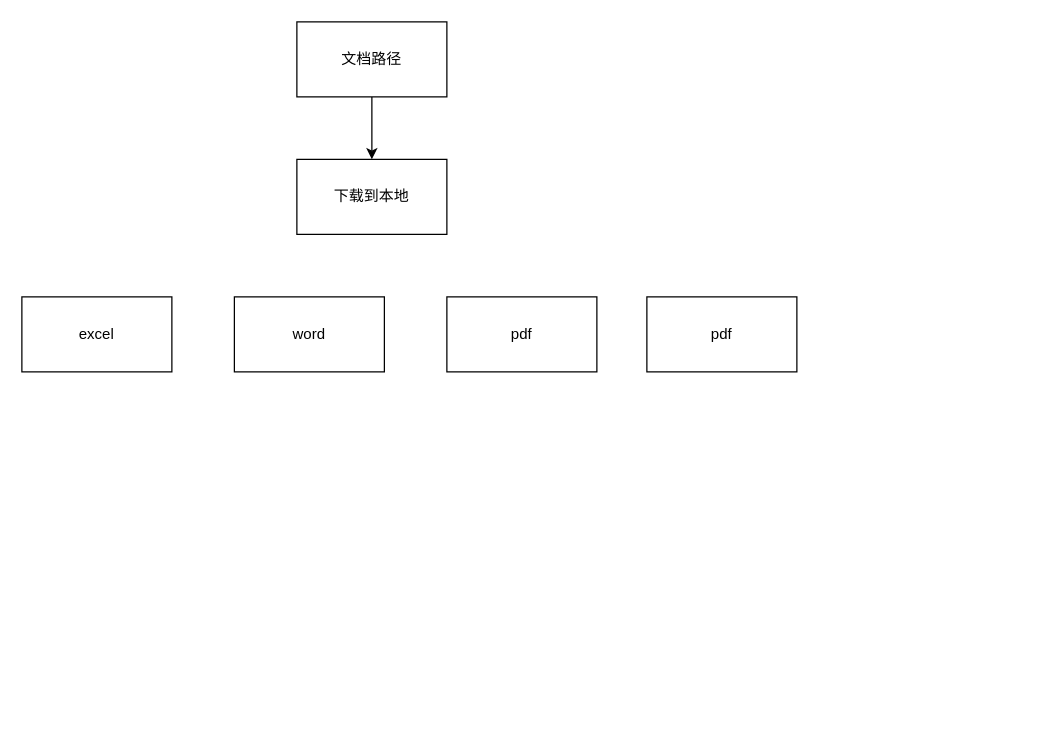
archwolf118/AI keeps this draw.io diagram as Untitled Diagram.drawio. Above is the earlier version. Source tidied: cells renumbered, new cells numbered last; positions are measured from the earlier drawing's top-left corner, leaving out a move shared by most shapes. Both pictures are drawn from the tidied source at 125%, with x=0, y=0 at pixel (21, 21).
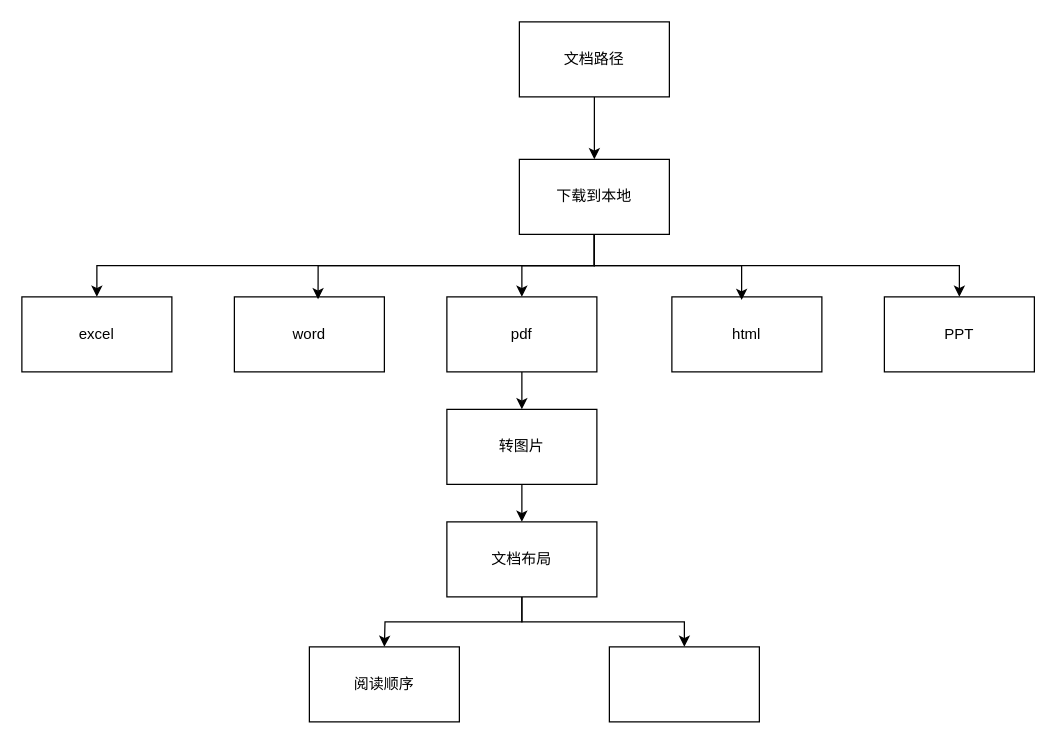
Above is the later version.

The change refers to these unchanged cells:
```xml
<mxCell id="5" value="excel" style="rounded=0;whiteSpace=wrap;html=1;" parent="1" vertex="1">
  <mxGeometry y="220" width="120" height="60" as="geometry" />
</mxCell>
<mxCell id="6" value="word" style="rounded=0;whiteSpace=wrap;html=1;" parent="1" vertex="1">
  <mxGeometry x="170" y="220" width="120" height="60" as="geometry" />
</mxCell>
<mxCell id="7" value="pdf" style="rounded=0;whiteSpace=wrap;html=1;" parent="1" vertex="1">
  <mxGeometry x="340" y="220" width="120" height="60" as="geometry" />
</mxCell>
```

Diff of the diagram source:
```diff
@@
     <mxCell id="3" value="文档路径" style="rounded=0;whiteSpace=wrap;html=1;" parent="1" vertex="1">
-      <mxGeometry x="220" width="120" height="60" as="geometry" />
+      <mxGeometry x="398" width="120" height="60" as="geometry" />
     </mxCell>
+    <mxCell id="9" style="edgeStyle=orthogonalEdgeStyle;rounded=0;jettySize=auto;html=1;exitX=0.5;exitY=1;exitDx=0;exitDy=0;entryX=0.5;entryY=0;entryDx=0;entryDy=0;" parent="1" edge="1" source="4" target="7">
+      <mxGeometry relative="1" as="geometry" />
+    </mxCell>
+    <mxCell id="10" style="edgeStyle=orthogonalEdgeStyle;rounded=0;jettySize=auto;html=1;exitX=0.5;exitY=1;exitDx=0;exitDy=0;entryX=0.5;entryY=0;entryDx=0;entryDy=0;" parent="1" edge="1" source="4" target="5">
+      <mxGeometry relative="1" as="geometry" />
+    </mxCell>
+    <mxCell id="11" style="edgeStyle=orthogonalEdgeStyle;rounded=0;jettySize=auto;html=1;exitX=0.5;exitY=1;exitDx=0;exitDy=0;entryX=0.5;entryY=0;entryDx=0;entryDy=0;" parent="1" edge="1" source="4" target="15">
+      <mxGeometry relative="1" as="geometry" />
+    </mxCell>
     <mxCell id="4" value="下载到本地" style="rounded=0;whiteSpace=wrap;html=1;" parent="1" vertex="1">
-      <mxGeometry x="220" y="110" width="120" height="60" as="geometry" />
+      <mxGeometry x="398" y="110" width="120" height="60" as="geometry" />
     </mxCell>
@@
+    <mxCell id="12" style="edgeStyle=orthogonalEdgeStyle;rounded=0;jettySize=auto;html=1;exitX=0.5;exitY=1;exitDx=0;exitDy=0;entryX=0.5;entryY=0;entryDx=0;entryDy=0;" parent="1" edge="1" source="7" target="17">
+      <mxGeometry relative="1" as="geometry" />
+    </mxCell>
@@
-    <mxCell id="8" value="pdf" style="rounded=0;whiteSpace=wrap;html=1;" parent="1" vertex="1">
-      <mxGeometry x="500" y="220" width="120" height="60" as="geometry" />
+    <mxCell id="8" value="html" style="rounded=0;whiteSpace=wrap;html=1;" parent="1" vertex="1">
+      <mxGeometry x="520" y="220" width="120" height="60" as="geometry" />
     </mxCell>
+    <mxCell id="13" style="edgeStyle=orthogonalEdgeStyle;rounded=0;jettySize=auto;html=1;exitX=0.5;exitY=1;exitDx=0;exitDy=0;entryX=0.558;entryY=0.033;entryDx=0;entryDy=0;entryPerimeter=0;" parent="1" edge="1" source="4" target="6">
+      <mxGeometry relative="1" as="geometry" />
+    </mxCell>
+    <mxCell id="14" style="edgeStyle=orthogonalEdgeStyle;rounded=0;jettySize=auto;html=1;exitX=0.5;exitY=1;exitDx=0;exitDy=0;entryX=0.465;entryY=0.041;entryDx=0;entryDy=0;entryPerimeter=0;" parent="1" edge="1" source="4" target="8">
+      <mxGeometry relative="1" as="geometry" />
+    </mxCell>
+    <mxCell id="15" value="PPT" style="rounded=0;whiteSpace=wrap;html=1;" parent="1" vertex="1">
+      <mxGeometry x="690" y="220" width="120" height="60" as="geometry" />
+    </mxCell>
+    <mxCell id="16" style="edgeStyle=orthogonalEdgeStyle;rounded=0;jettySize=auto;html=1;exitX=0.5;exitY=1;exitDx=0;exitDy=0;" parent="1" edge="1" source="17">
+      <mxGeometry relative="1" as="geometry">
+        <mxPoint x="400" y="400" as="targetPoint" />
+      </mxGeometry>
+    </mxCell>
+    <mxCell id="17" value="转图片" style="rounded=0;whiteSpace=wrap;html=1;" parent="1" vertex="1">
+      <mxGeometry x="340" y="310" width="120" height="60" as="geometry" />
+    </mxCell>
+    <mxCell id="18" style="edgeStyle=orthogonalEdgeStyle;rounded=0;jettySize=auto;html=1;exitX=0.5;exitY=1;exitDx=0;exitDy=0;" parent="1" edge="1" source="20">
+      <mxGeometry relative="1" as="geometry">
+        <mxPoint x="290" y="500" as="targetPoint" />
+      </mxGeometry>
+    </mxCell>
+    <mxCell id="19" style="edgeStyle=orthogonalEdgeStyle;rounded=0;jettySize=auto;html=1;exitX=0.5;exitY=1;exitDx=0;exitDy=0;" parent="1" edge="1" source="20" target="22">
+      <mxGeometry relative="1" as="geometry" />
+    </mxCell>
+    <mxCell id="20" value="文档布局" style="rounded=0;whiteSpace=wrap;html=1;" parent="1" vertex="1">
+      <mxGeometry x="340" y="400" width="120" height="60" as="geometry" />
+    </mxCell>
+    <mxCell id="21" value="阅读顺序" style="rounded=0;whiteSpace=wrap;html=1;" parent="1" vertex="1">
+      <mxGeometry x="230" y="500" width="120" height="60" as="geometry" />
+    </mxCell>
+    <mxCell id="22" style="rounded=0;whiteSpace=wrap;html=1;" parent="1" vertex="1">
+      <mxGeometry x="470" y="500" width="120" height="60" as="geometry" />
+    </mxCell>
```
